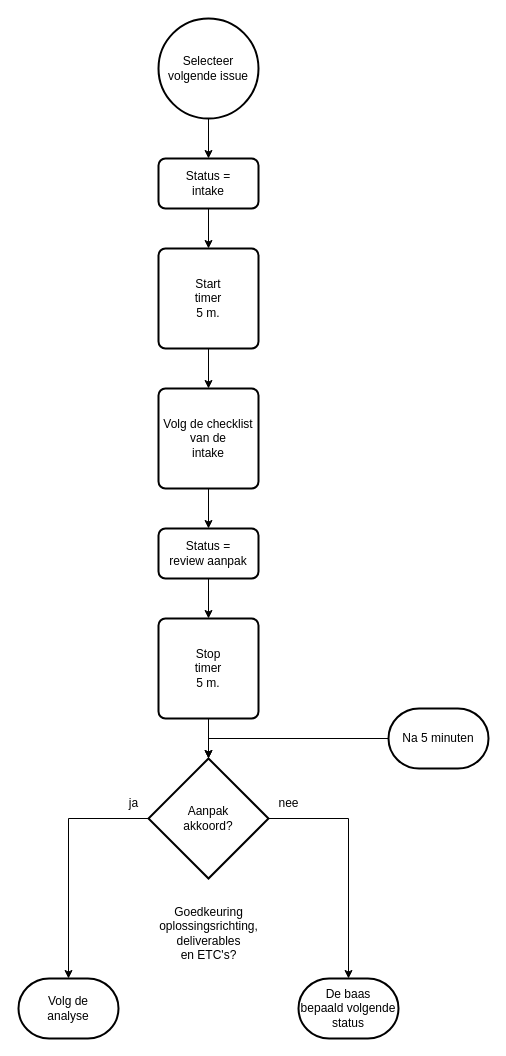
Earlier version of the draw.io diagram 1 Issue Tracker intake.drawio (Zaibatsu89/IssueTracker). Source tidied: cells renumbered, new cells numbered last; positions are measured from the earlier drawing's top-left corner, leaving out a move shared by most shapes. Both pictures are drawn from the tidied source at 100%, with x=0, y=0 at pixel (18, 18).
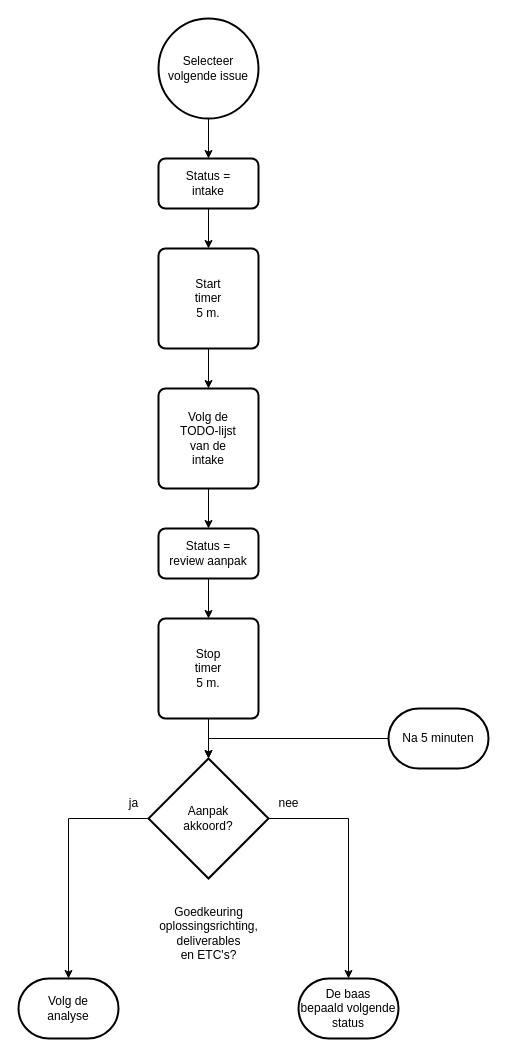
Above is the later version.

What changed in the source:
```diff
@@
-    <mxCell id="5" value="Volg de checklist&lt;br&gt;van de&lt;br&gt;intake" style="rounded=1;whiteSpace=wrap;html=1;absoluteArcSize=1;arcSize=14;strokeWidth=2;" parent="1" vertex="1">
+    <mxCell id="5" value="Volg de&lt;br&gt;TODO-lijst&lt;br&gt;van de&lt;br&gt;intake" style="rounded=1;whiteSpace=wrap;html=1;absoluteArcSize=1;arcSize=14;strokeWidth=2;" parent="1" vertex="1">
       <mxGeometry x="140" y="370" width="100" height="100" as="geometry" />
     </mxCell>
```
